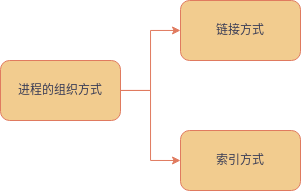
This is 进程的组织.drawio.png from YuMingLiDawn/Linux, a draw.io export, as it was before one commit. Source tidied: cells renumbered, new cells last; positions are measured from the earlier drawing's top-left corner, leaving out a move shared by most shapes.
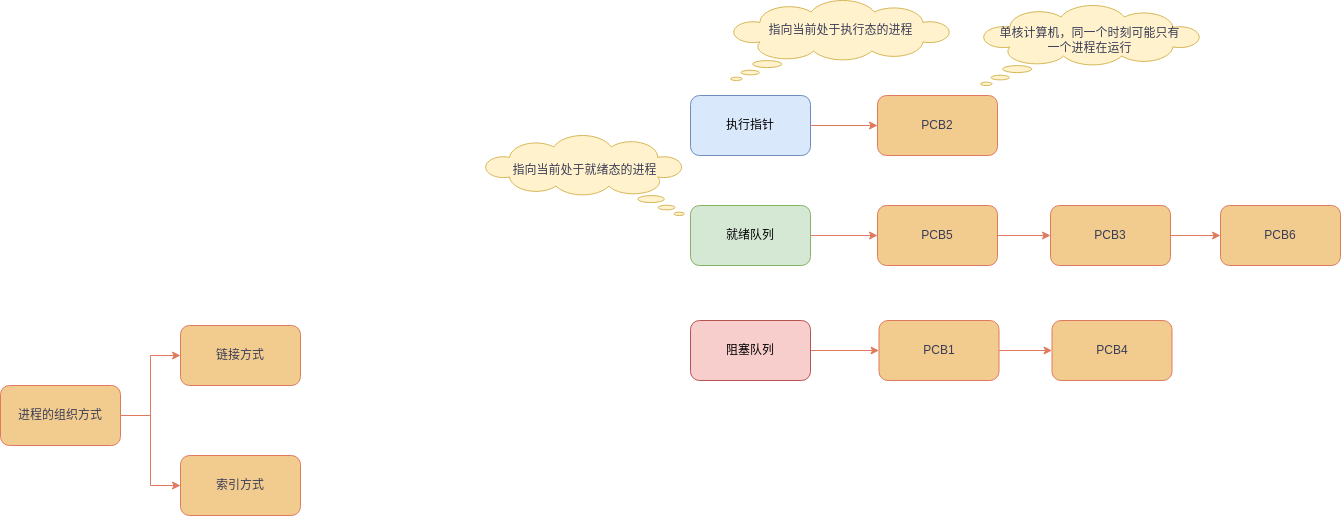
The same diagram one commit later.

Commit message:
更新进程的组织.drawio.png

Change to the diagram source:
```diff
@@ -17,5 +17,68 @@
     <mxCell id="6" value="索引方式" style="rounded=1;whiteSpace=wrap;html=1;labelBackgroundColor=none;fillColor=#F2CC8F;strokeColor=#E07A5F;fontColor=#393C56;" parent="1" vertex="1">
       <mxGeometry x="180" y="130" width="120" height="60" as="geometry" />
     </mxCell>
+    <mxCell id="7" style="edgeStyle=orthogonalEdgeStyle;rounded=0;jettySize=auto;html=1;strokeColor=#E07A5F;fontColor=#393C56;fillColor=#F2CC8F;" parent="1" edge="1" source="8" target="13">
+      <mxGeometry relative="1" as="geometry" />
+    </mxCell>
+    <mxCell id="8" value="执行指针" style="rounded=1;whiteSpace=wrap;html=1;strokeColor=#6c8ebf;fillColor=#dae8fc;" parent="1" vertex="1">
+      <mxGeometry x="690" y="-230" width="120" height="60" as="geometry" />
+    </mxCell>
+    <mxCell id="9" style="edgeStyle=orthogonalEdgeStyle;rounded=0;jettySize=auto;html=1;strokeColor=#E07A5F;fontColor=#393C56;fillColor=#F2CC8F;" parent="1" edge="1" source="10" target="20">
+      <mxGeometry relative="1" as="geometry" />
+    </mxCell>
+    <mxCell id="10" value="阻塞队列" style="rounded=1;whiteSpace=wrap;html=1;strokeColor=#b85450;fillColor=#f8cecc;" parent="1" vertex="1">
+      <mxGeometry x="690" y="-5" width="120" height="60" as="geometry" />
+    </mxCell>
+    <mxCell id="11" style="edgeStyle=orthogonalEdgeStyle;rounded=0;jettySize=auto;html=1;strokeColor=#E07A5F;fontColor=#393C56;fillColor=#F2CC8F;" parent="1" edge="1" source="12" target="15">
+      <mxGeometry relative="1" as="geometry" />
+    </mxCell>
+    <mxCell id="12" value="就绪队列" style="rounded=1;whiteSpace=wrap;html=1;strokeColor=#82b366;fillColor=#d5e8d4;" parent="1" vertex="1">
+      <mxGeometry x="690" y="-120" width="120" height="60" as="geometry" />
+    </mxCell>
+    <mxCell id="13" value="PCB2" style="rounded=1;whiteSpace=wrap;html=1;labelBackgroundColor=none;fillColor=#F2CC8F;strokeColor=#E07A5F;fontColor=#393C56;" parent="1" vertex="1">
+      <mxGeometry x="877" y="-230" width="120" height="60" as="geometry" />
+    </mxCell>
+    <mxCell id="14" style="edgeStyle=orthogonalEdgeStyle;rounded=0;jettySize=auto;html=1;strokeColor=#E07A5F;fontColor=#393C56;fillColor=#F2CC8F;" parent="1" edge="1" source="15" target="17">
+      <mxGeometry relative="1" as="geometry" />
+    </mxCell>
+    <mxCell id="15" value="PCB5" style="rounded=1;whiteSpace=wrap;html=1;labelBackgroundColor=none;fillColor=#F2CC8F;strokeColor=#E07A5F;fontColor=#393C56;" parent="1" vertex="1">
+      <mxGeometry x="877" y="-120" width="120" height="60" as="geometry" />
+    </mxCell>
+    <mxCell id="16" style="edgeStyle=orthogonalEdgeStyle;rounded=0;jettySize=auto;html=1;strokeColor=#E07A5F;fontColor=#393C56;fillColor=#F2CC8F;" parent="1" edge="1" source="17" target="18">
+      <mxGeometry relative="1" as="geometry" />
+    </mxCell>
+    <mxCell id="17" value="PCB3" style="rounded=1;whiteSpace=wrap;html=1;labelBackgroundColor=none;fillColor=#F2CC8F;strokeColor=#E07A5F;fontColor=#393C56;" parent="1" vertex="1">
+      <mxGeometry x="1050" y="-120" width="120" height="60" as="geometry" />
+    </mxCell>
+    <mxCell id="18" value="PCB6" style="rounded=1;whiteSpace=wrap;html=1;labelBackgroundColor=none;fillColor=#F2CC8F;strokeColor=#E07A5F;fontColor=#393C56;" parent="1" vertex="1">
+      <mxGeometry x="1220" y="-120" width="120" height="60" as="geometry" />
+    </mxCell>
+    <mxCell id="19" style="edgeStyle=orthogonalEdgeStyle;rounded=0;jettySize=auto;html=1;strokeColor=#E07A5F;fontColor=#393C56;fillColor=#F2CC8F;" parent="1" edge="1" source="20" target="21">
+      <mxGeometry relative="1" as="geometry" />
+    </mxCell>
+    <mxCell id="20" value="PCB1" style="rounded=1;whiteSpace=wrap;html=1;labelBackgroundColor=none;fillColor=#F2CC8F;strokeColor=#E07A5F;fontColor=#393C56;" parent="1" vertex="1">
+      <mxGeometry x="878.5" y="-5" width="120" height="60" as="geometry" />
+    </mxCell>
+    <mxCell id="21" value="PCB4" style="rounded=1;whiteSpace=wrap;html=1;labelBackgroundColor=none;fillColor=#F2CC8F;strokeColor=#E07A5F;fontColor=#393C56;" parent="1" vertex="1">
+      <mxGeometry x="1051.5" y="-5" width="120" height="60" as="geometry" />
+    </mxCell>
+    <mxCell id="22" style="whiteSpace=wrap;html=1;shape=mxgraph.basic.cloud_callout;strokeColor=#d6b656;fillColor=#fff2cc;" parent="1" vertex="1">
+      <mxGeometry x="980" y="-320" width="220" height="80" as="geometry" />
+    </mxCell>
+    <mxCell id="23" value="单核计算机，同一个时刻可能只有一个进程在运行" style="text;html=1;strokeColor=none;fillColor=none;align=center;verticalAlign=middle;whiteSpace=wrap;rounded=0;fontColor=#393C56;" parent="1" vertex="1">
+      <mxGeometry x="997" y="-300" width="185" height="30" as="geometry" />
+    </mxCell>
+    <mxCell id="24" style="whiteSpace=wrap;html=1;shape=mxgraph.basic.cloud_callout;strokeColor=#d6b656;fillColor=#fff2cc;" parent="1" vertex="1">
+      <mxGeometry x="730" y="-325" width="220" height="80" as="geometry" />
+    </mxCell>
+    <mxCell id="25" value="指向当前处于执行态的进程" style="text;html=1;strokeColor=none;fillColor=none;align=center;verticalAlign=middle;whiteSpace=wrap;rounded=0;fontColor=#393C56;" parent="1" vertex="1">
+      <mxGeometry x="747.5" y="-310" width="185" height="30" as="geometry" />
+    </mxCell>
+    <mxCell id="26" style="whiteSpace=wrap;html=1;shape=mxgraph.basic.cloud_callout;strokeColor=#d6b656;fillColor=#fff2cc;direction=east;flipH=1;" parent="1" vertex="1">
+      <mxGeometry x="484" y="-190" width="200" height="80" as="geometry" />
+    </mxCell>
+    <mxCell id="27" value="指向当前处于就绪态的进程" style="text;html=1;strokeColor=none;fillColor=none;align=center;verticalAlign=middle;whiteSpace=wrap;rounded=0;fontColor=#393C56;" parent="1" vertex="1">
+      <mxGeometry x="491.5" y="-170" width="185" height="30" as="geometry" />
+    </mxCell>
   </root>
 </mxGraphModel>
```
